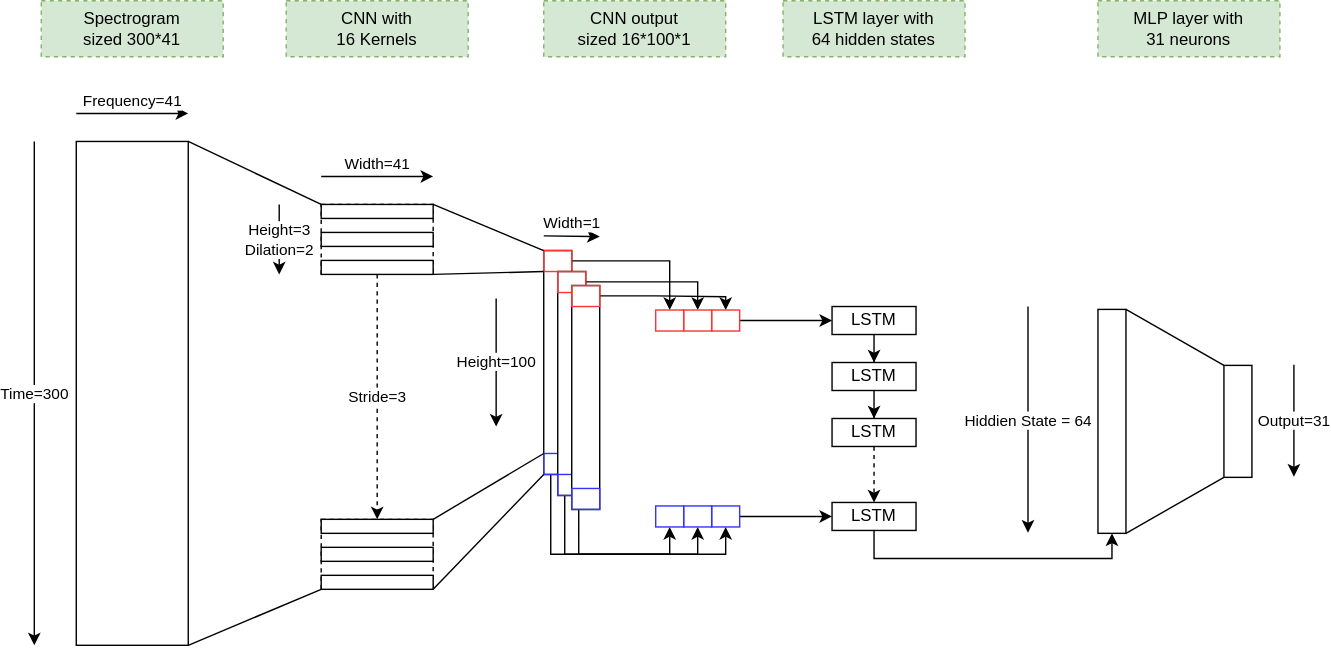
Before: docs/Model Architecture.svg, a diagram exported from draw.io (MichaelCheung105/speech-to-intent). Source tidied: cells renumbered, new cells last; positions are measured from the earlier drawing's top-left corner, leaving out a move shared by most shapes.
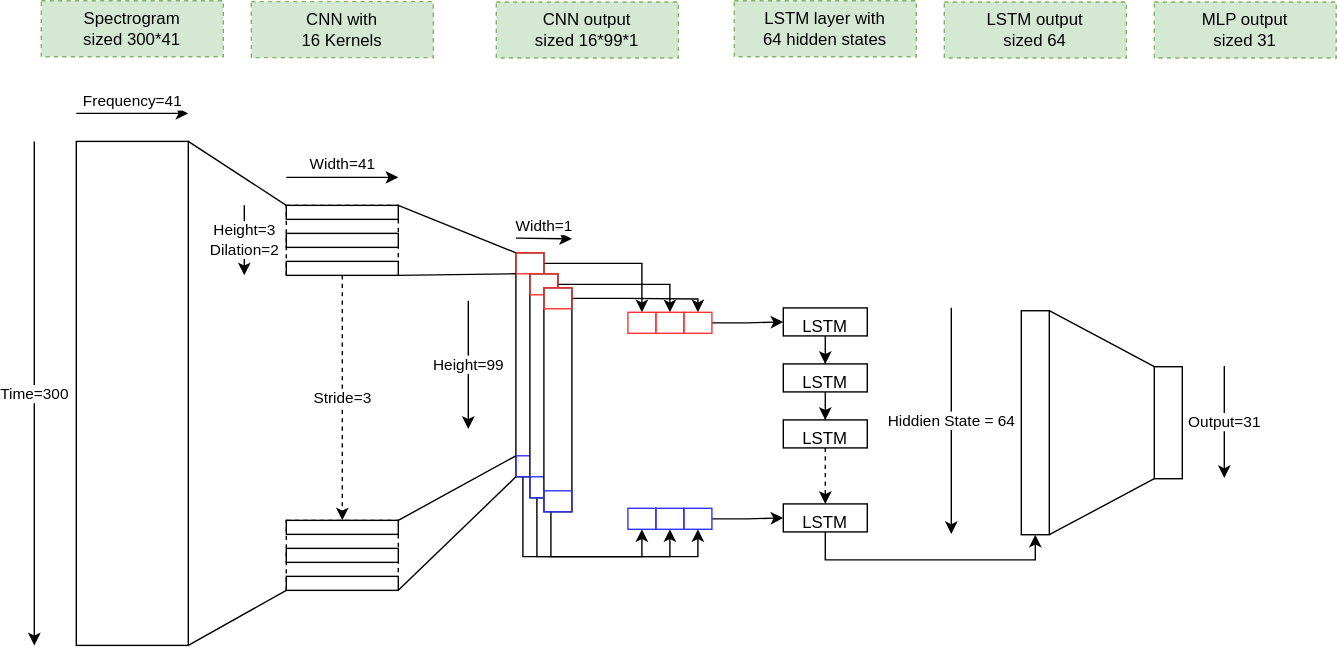
The same diagram one commit later.

What changed in the source:
```diff
@@ -3,132 +3,132 @@
     <mxCell id="0" />
     <mxCell id="1" parent="0" />
     <mxCell id="2" style="rounded=0;whiteSpace=wrap;html=1;fillColor=none;dashed=1;" parent="1" vertex="1">
-      <mxGeometry x="205" y="145.5" width="80" height="50" as="geometry" />
+      <mxGeometry x="170" y="146.2" width="80" height="50" as="geometry" />
     </mxCell>
     <mxCell id="3" style="rounded=0;whiteSpace=wrap;html=1;" parent="1" vertex="1">
-      <mxGeometry x="364" y="178.4" width="20" height="160" as="geometry" />
+      <mxGeometry x="334" y="180.1" width="20" height="160" as="geometry" />
     </mxCell>
     <mxCell id="4" style="edgeStyle=orthogonalEdgeStyle;rounded=0;jettySize=auto;html=1;entryX=0.5;entryY=1;entryDx=0;entryDy=0;exitX=0.25;exitY=1;exitDx=0;exitDy=0;" parent="1" edge="1" source="5" target="34">
       <mxGeometry relative="1" as="geometry">
         <Array as="points">
-          <mxPoint x="369" y="395.4" />
-          <mxPoint x="454" y="395.4" />
+          <mxPoint x="339" y="397.1" />
+          <mxPoint x="424" y="397.1" />
         </Array>
       </mxGeometry>
     </mxCell>
     <mxCell id="5" style="rounded=0;whiteSpace=wrap;html=1;fillColor=none;strokeColor=#3333FF;" parent="1" vertex="1">
-      <mxGeometry x="364" y="323.4" width="20" height="15" as="geometry" />
+      <mxGeometry x="334" y="325.1" width="20" height="15" as="geometry" />
     </mxCell>
     <mxCell id="6" style="edgeStyle=orthogonalEdgeStyle;rounded=0;jettySize=auto;html=1;entryX=0.5;entryY=0;entryDx=0;entryDy=0;" parent="1" edge="1" source="7" target="28">
       <mxGeometry relative="1" as="geometry" />
     </mxCell>
     <mxCell id="7" style="rounded=0;whiteSpace=wrap;html=1;fillColor=none;strokeColor=#FF3333;" parent="1" vertex="1">
-      <mxGeometry x="364" y="178.4" width="20" height="15" as="geometry" />
+      <mxGeometry x="334" y="180.1" width="20" height="15" as="geometry" />
     </mxCell>
     <mxCell id="8" style="rounded=0;whiteSpace=wrap;html=1;" parent="1" vertex="1">
-      <mxGeometry x="374" y="193.4" width="20" height="160" as="geometry" />
+      <mxGeometry x="344" y="195.1" width="20" height="160" as="geometry" />
     </mxCell>
     <mxCell id="9" style="edgeStyle=orthogonalEdgeStyle;rounded=0;jettySize=auto;html=1;entryX=0.5;entryY=1;entryDx=0;entryDy=0;exitX=0.25;exitY=1;exitDx=0;exitDy=0;" parent="1" edge="1" source="10" target="35">
       <mxGeometry relative="1" as="geometry">
         <Array as="points">
-          <mxPoint x="379" y="395.4" />
-          <mxPoint x="474" y="395.4" />
+          <mxPoint x="349" y="397.1" />
+          <mxPoint x="444" y="397.1" />
         </Array>
       </mxGeometry>
     </mxCell>
     <mxCell id="10" style="rounded=0;whiteSpace=wrap;html=1;fillColor=none;strokeColor=#3333FF;" parent="1" vertex="1">
-      <mxGeometry x="374" y="338.4" width="20" height="15" as="geometry" />
+      <mxGeometry x="344" y="340.1" width="20" height="15" as="geometry" />
     </mxCell>
     <mxCell id="11" style="edgeStyle=orthogonalEdgeStyle;rounded=0;jettySize=auto;html=1;entryX=0.5;entryY=0;entryDx=0;entryDy=0;" parent="1" edge="1" source="12" target="29">
       <mxGeometry relative="1" as="geometry" />
     </mxCell>
     <mxCell id="12" style="rounded=0;whiteSpace=wrap;html=1;fillColor=none;strokeColor=#FF3333;" parent="1" vertex="1">
-      <mxGeometry x="374" y="193.4" width="20" height="15" as="geometry" />
+      <mxGeometry x="344" y="195.1" width="20" height="15" as="geometry" />
     </mxCell>
     <mxCell id="13" style="rounded=0;whiteSpace=wrap;html=1;" parent="1" vertex="1">
-      <mxGeometry x="384" y="203.4" width="20" height="160" as="geometry" />
+      <mxGeometry x="354" y="205.1" width="20" height="160" as="geometry" />
     </mxCell>
     <mxCell id="14" style="rounded=0;whiteSpace=wrap;html=1;" parent="1" vertex="1">
-      <mxGeometry x="30" y="100.5" width="80" height="360" as="geometry" />
+      <mxGeometry x="20" y="100.5" width="80" height="360" as="geometry" />
     </mxCell>
-    <mxCell id="15" style="edgeStyle=orthogonalEdgeStyle;rounded=0;jettySize=auto;html=1;entryX=0.5;entryY=0;entryDx=0;entryDy=0;" parent="1" edge="1" source="16" target="20">
+    <mxCell id="15" style="edgeStyle=orthogonalEdgeStyle;rounded=0;jettySize=auto;html=1;entryX=0.5;entryY=0;entryDx=0;entryDy=0;verticalAlign=top;" parent="1" edge="1" source="16" target="20">
       <mxGeometry relative="1" as="geometry" />
     </mxCell>
-    <mxCell id="16" value="LSTM" style="rounded=0;whiteSpace=wrap;html=1;" parent="1" vertex="1">
-      <mxGeometry x="570" y="218.4" width="60" height="20" as="geometry" />
+    <mxCell id="16" value="LSTM" style="rounded=0;whiteSpace=wrap;html=1;verticalAlign=top;" parent="1" vertex="1">
+      <mxGeometry x="525" y="219.4" width="60" height="20" as="geometry" />
     </mxCell>
     <mxCell id="17" style="rounded=0;whiteSpace=wrap;html=1;" parent="1" vertex="1">
-      <mxGeometry x="760" y="220.5" width="20" height="160" as="geometry" />
+      <mxGeometry x="695" y="221.4" width="20" height="160" as="geometry" />
     </mxCell>
     <mxCell id="18" style="rounded=0;whiteSpace=wrap;html=1;" parent="1" vertex="1">
-      <mxGeometry x="205" y="145.5" width="80" height="10" as="geometry" />
+      <mxGeometry x="170" y="146.2" width="80" height="10" as="geometry" />
     </mxCell>
-    <mxCell id="19" style="edgeStyle=orthogonalEdgeStyle;rounded=0;jettySize=auto;html=1;entryX=0.5;entryY=0;entryDx=0;entryDy=0;" parent="1" edge="1" source="20" target="22">
+    <mxCell id="19" style="edgeStyle=orthogonalEdgeStyle;rounded=0;jettySize=auto;html=1;entryX=0.5;entryY=0;entryDx=0;entryDy=0;verticalAlign=top;" parent="1" edge="1" source="20" target="22">
       <mxGeometry relative="1" as="geometry" />
     </mxCell>
-    <mxCell id="20" value="LSTM" style="rounded=0;whiteSpace=wrap;html=1;" parent="1" vertex="1">
-      <mxGeometry x="570" y="258.4" width="60" height="20" as="geometry" />
+    <mxCell id="20" value="LSTM" style="rounded=0;whiteSpace=wrap;html=1;verticalAlign=top;" parent="1" vertex="1">
+      <mxGeometry x="525" y="259.4" width="60" height="20" as="geometry" />
     </mxCell>
-    <mxCell id="21" style="edgeStyle=orthogonalEdgeStyle;rounded=0;jettySize=auto;html=1;entryX=0.5;entryY=0;entryDx=0;entryDy=0;dashed=1;" parent="1" edge="1" source="22" target="24">
+    <mxCell id="21" style="edgeStyle=orthogonalEdgeStyle;rounded=0;jettySize=auto;html=1;entryX=0.5;entryY=0;entryDx=0;entryDy=0;dashed=1;verticalAlign=top;" parent="1" edge="1" source="22" target="24">
       <mxGeometry relative="1" as="geometry" />
     </mxCell>
-    <mxCell id="22" value="LSTM" style="rounded=0;whiteSpace=wrap;html=1;" parent="1" vertex="1">
-      <mxGeometry x="570" y="298.4" width="60" height="20" as="geometry" />
+    <mxCell id="22" value="LSTM" style="rounded=0;whiteSpace=wrap;html=1;verticalAlign=top;" parent="1" vertex="1">
+      <mxGeometry x="525" y="299.4" width="60" height="20" as="geometry" />
     </mxCell>
     <mxCell id="23" style="edgeStyle=orthogonalEdgeStyle;rounded=0;jettySize=auto;html=1;entryX=0.5;entryY=1;entryDx=0;entryDy=0;verticalAlign=middle;exitX=0.5;exitY=1;exitDx=0;exitDy=0;" parent="1" edge="1" source="24" target="17">
       <mxGeometry relative="1" as="geometry" />
     </mxCell>
-    <mxCell id="24" value="LSTM" style="rounded=0;whiteSpace=wrap;html=1;" parent="1" vertex="1">
-      <mxGeometry x="570" y="358.4" width="60" height="20" as="geometry" />
+    <mxCell id="24" value="LSTM" style="rounded=0;whiteSpace=wrap;html=1;verticalAlign=top;" parent="1" vertex="1">
+      <mxGeometry x="525" y="359.4" width="60" height="20" as="geometry" />
     </mxCell>
     <mxCell id="25" style="rounded=0;whiteSpace=wrap;html=1;" parent="1" vertex="1">
-      <mxGeometry x="850" y="260.5" width="20" height="80" as="geometry" />
+      <mxGeometry x="790" y="261.4" width="20" height="80" as="geometry" />
     </mxCell>
     <mxCell id="26" style="edgeStyle=orthogonalEdgeStyle;rounded=0;jettySize=auto;html=1;entryX=0.5;entryY=0;entryDx=0;entryDy=0;" parent="1" edge="1" source="27" target="31">
       <mxGeometry relative="1" as="geometry">
         <Array as="points">
-          <mxPoint x="444" y="211.4" />
-          <mxPoint x="494" y="211.4" />
+          <mxPoint x="414" y="213.1" />
+          <mxPoint x="464" y="213.1" />
         </Array>
       </mxGeometry>
     </mxCell>
     <mxCell id="27" style="rounded=0;whiteSpace=wrap;html=1;fillColor=none;strokeColor=#FF3333;" parent="1" vertex="1">
-      <mxGeometry x="384" y="203.4" width="20" height="15" as="geometry" />
+      <mxGeometry x="354" y="205.1" width="20" height="15" as="geometry" />
     </mxCell>
     <mxCell id="28" style="rounded=0;whiteSpace=wrap;html=1;fillColor=none;strokeColor=#FF3333;" parent="1" vertex="1">
-      <mxGeometry x="444" y="220.9" width="20" height="15" as="geometry" />
+      <mxGeometry x="414" y="222.6" width="20" height="15" as="geometry" />
     </mxCell>
     <mxCell id="29" style="rounded=0;whiteSpace=wrap;html=1;fillColor=none;strokeColor=#FF3333;" parent="1" vertex="1">
-      <mxGeometry x="464" y="220.9" width="20" height="15" as="geometry" />
+      <mxGeometry x="434" y="222.6" width="20" height="15" as="geometry" />
     </mxCell>
     <mxCell id="30" style="edgeStyle=orthogonalEdgeStyle;rounded=0;jettySize=auto;html=1;entryX=0;entryY=0.5;entryDx=0;entryDy=0;" parent="1" edge="1" source="31" target="16">
       <mxGeometry relative="1" as="geometry" />
     </mxCell>
     <mxCell id="31" style="rounded=0;whiteSpace=wrap;html=1;fillColor=none;strokeColor=#FF3333;" parent="1" vertex="1">
-      <mxGeometry x="484" y="220.9" width="20" height="15" as="geometry" />
+      <mxGeometry x="454" y="222.6" width="20" height="15" as="geometry" />
     </mxCell>
     <mxCell id="32" style="edgeStyle=orthogonalEdgeStyle;rounded=0;jettySize=auto;html=1;entryX=0.5;entryY=1;entryDx=0;entryDy=0;exitX=0.25;exitY=1;exitDx=0;exitDy=0;" parent="1" edge="1" source="33" target="37">
       <mxGeometry relative="1" as="geometry">
         <Array as="points">
-          <mxPoint x="389" y="395.4" />
-          <mxPoint x="494" y="395.4" />
+          <mxPoint x="359" y="397.1" />
+          <mxPoint x="464" y="397.1" />
         </Array>
       </mxGeometry>
     </mxCell>
     <mxCell id="33" style="rounded=0;whiteSpace=wrap;html=1;fillColor=none;strokeColor=#3333FF;" parent="1" vertex="1">
-      <mxGeometry x="384" y="348.4" width="20" height="15" as="geometry" />
+      <mxGeometry x="354" y="350.1" width="20" height="15" as="geometry" />
     </mxCell>
     <mxCell id="34" style="rounded=0;whiteSpace=wrap;html=1;fillColor=none;strokeColor=#3333FF;" parent="1" vertex="1">
-      <mxGeometry x="444" y="360.9" width="20" height="15" as="geometry" />
+      <mxGeometry x="414" y="362.6" width="20" height="15" as="geometry" />
     </mxCell>
     <mxCell id="35" style="rounded=0;whiteSpace=wrap;html=1;fillColor=none;strokeColor=#3333FF;" parent="1" vertex="1">
-      <mxGeometry x="464" y="360.9" width="20" height="15" as="geometry" />
+      <mxGeometry x="434" y="362.6" width="20" height="15" as="geometry" />
     </mxCell>
     <mxCell id="36" style="edgeStyle=orthogonalEdgeStyle;rounded=0;jettySize=auto;html=1;entryX=0;entryY=0.5;entryDx=0;entryDy=0;" parent="1" edge="1" source="37" target="24">
       <mxGeometry relative="1" as="geometry" />
     </mxCell>
     <mxCell id="37" style="rounded=0;whiteSpace=wrap;html=1;fillColor=none;strokeColor=#3333FF;" parent="1" vertex="1">
-      <mxGeometry x="484" y="360.9" width="20" height="15" as="geometry" />
+      <mxGeometry x="454" y="362.6" width="20" height="15" as="geometry" />
     </mxCell>
     <mxCell id="38" style="endArrow=none;html=1;entryX=0;entryY=0;entryDx=0;entryDy=0;exitX=1;exitY=0;exitDx=0;exitDy=0;" parent="1" edge="1" source="17" target="25">
       <mxGeometry relative="1" as="geometry" />
@@ -138,14 +138,14 @@
     </mxCell>
     <mxCell id="40" value="Frequency=41" style="endArrow=classic;html=1;verticalAlign=bottom;" parent="1" edge="1">
       <mxGeometry relative="1" as="geometry">
-        <mxPoint x="30" y="80.5" as="sourcePoint" />
-        <mxPoint x="110" y="80.5" as="targetPoint" />
+        <mxPoint x="20" y="80.5" as="sourcePoint" />
+        <mxPoint x="100" y="80.5" as="targetPoint" />
       </mxGeometry>
     </mxCell>
     <mxCell id="41" value="Time=300" style="endArrow=classic;html=1;" parent="1" edge="1">
       <mxGeometry relative="1" as="geometry">
-        <mxPoint y="100.5" as="sourcePoint" />
-        <mxPoint y="460.5" as="targetPoint" />
+        <mxPoint x="-10" y="100.5" as="sourcePoint" />
+        <mxPoint x="-10" y="460.5" as="targetPoint" />
       </mxGeometry>
     </mxCell>
     <mxCell id="42" value="Stride=3" style="endArrow=classic;html=1;exitX=0.5;exitY=1;exitDx=0;exitDy=0;entryX=0.5;entryY=0;entryDx=0;entryDy=0;dashed=1;" parent="1" edge="1" source="2" target="48">
@@ -153,33 +153,33 @@
     </mxCell>
     <mxCell id="43" value="Height=3&lt;br&gt;Dilation=2" style="endArrow=classic;html=1;" parent="1" edge="1">
       <mxGeometry relative="1" as="geometry">
-        <mxPoint x="175" y="145.5" as="sourcePoint" />
-        <mxPoint x="175" y="195.5" as="targetPoint" />
+        <mxPoint x="140" y="146.2" as="sourcePoint" />
+        <mxPoint x="140" y="196.2" as="targetPoint" />
       </mxGeometry>
     </mxCell>
     <mxCell id="44" value="Width=41" style="endArrow=classic;html=1;verticalAlign=bottom;" parent="1" edge="1">
       <mxGeometry relative="1" as="geometry">
-        <mxPoint x="205" y="125.5" as="sourcePoint" />
-        <mxPoint x="285" y="125.5" as="targetPoint" />
+        <mxPoint x="170" y="126.2" as="sourcePoint" />
+        <mxPoint x="250" y="126.2" as="targetPoint" />
       </mxGeometry>
     </mxCell>
     <mxCell id="45" style="rounded=0;whiteSpace=wrap;html=1;" parent="1" vertex="1">
-      <mxGeometry x="205" y="165.5" width="80" height="10" as="geometry" />
+      <mxGeometry x="170" y="166.2" width="80" height="10" as="geometry" />
     </mxCell>
     <mxCell id="46" style="rounded=0;whiteSpace=wrap;html=1;" parent="1" vertex="1">
-      <mxGeometry x="205" y="185.5" width="80" height="10" as="geometry" />
+      <mxGeometry x="170" y="186.2" width="80" height="10" as="geometry" />
     </mxCell>
     <mxCell id="47" style="rounded=0;whiteSpace=wrap;html=1;fillColor=none;dashed=1;" parent="1" vertex="1">
-      <mxGeometry x="205" y="370.5" width="80" height="50" as="geometry" />
+      <mxGeometry x="170" y="371.2" width="80" height="50" as="geometry" />
     </mxCell>
     <mxCell id="48" style="rounded=0;whiteSpace=wrap;html=1;" parent="1" vertex="1">
-      <mxGeometry x="205" y="370.5" width="80" height="10" as="geometry" />
+      <mxGeometry x="170" y="371.2" width="80" height="10" as="geometry" />
     </mxCell>
     <mxCell id="49" style="rounded=0;whiteSpace=wrap;html=1;" parent="1" vertex="1">
-      <mxGeometry x="205" y="390.5" width="80" height="10" as="geometry" />
+      <mxGeometry x="170" y="391.2" width="80" height="10" as="geometry" />
     </mxCell>
     <mxCell id="50" style="rounded=0;whiteSpace=wrap;html=1;" parent="1" vertex="1">
-      <mxGeometry x="205" y="410.5" width="80" height="10" as="geometry" />
+      <mxGeometry x="170" y="411.2" width="80" height="10" as="geometry" />
     </mxCell>
     <mxCell id="51" style="endArrow=none;html=1;verticalAlign=bottom;exitX=1;exitY=0;exitDx=0;exitDy=0;entryX=0;entryY=0;entryDx=0;entryDy=0;" parent="1" edge="1" source="14" target="18">
       <mxGeometry relative="1" as="geometry" />
@@ -189,30 +189,30 @@
     </mxCell>
     <mxCell id="53" value="Width=1" style="endArrow=classic;html=1;verticalAlign=bottom;" parent="1" edge="1">
       <mxGeometry relative="1" as="geometry">
-        <mxPoint x="364" y="167.9" as="sourcePoint" />
-        <mxPoint x="404" y="168.4" as="targetPoint" />
+        <mxPoint x="334" y="169.6" as="sourcePoint" />
+        <mxPoint x="374" y="170.1" as="targetPoint" />
       </mxGeometry>
     </mxCell>
-    <mxCell id="54" value="Height=100" style="endArrow=classic;html=1;" parent="1" edge="1">
+    <mxCell id="54" value="Height=99" style="endArrow=classic;html=1;" parent="1" edge="1">
       <mxGeometry relative="1" as="geometry">
-        <mxPoint x="330" y="212.7" as="sourcePoint" />
-        <mxPoint x="330" y="304.2" as="targetPoint" />
+        <mxPoint x="300" y="214.3" as="sourcePoint" />
+        <mxPoint x="300" y="305.9" as="targetPoint" />
       </mxGeometry>
     </mxCell>
     <mxCell id="55" value="CNN with&lt;br&gt;16 Kernels" style="text;html=1;strokeColor=#82b366;fillColor=#d5e8d4;align=center;verticalAlign=middle;whiteSpace=wrap;rounded=0;dashed=1;" parent="1" vertex="1">
-      <mxGeometry x="180" width="130" height="40" as="geometry" />
+      <mxGeometry x="145" y="0.7" width="130" height="40" as="geometry" />
     </mxCell>
     <mxCell id="56" value="Spectrogram&lt;br&gt;sized 300*41" style="text;html=1;strokeColor=#82b366;fillColor=#d5e8d4;align=center;verticalAlign=middle;whiteSpace=wrap;rounded=0;dashed=1;" parent="1" vertex="1">
-      <mxGeometry x="5" width="130" height="40" as="geometry" />
+      <mxGeometry x="-5" width="130" height="40" as="geometry" />
     </mxCell>
-    <mxCell id="57" value="CNN output&lt;br&gt;sized 16*100*1" style="text;html=1;strokeColor=#82b366;fillColor=#d5e8d4;align=center;verticalAlign=middle;whiteSpace=wrap;rounded=0;dashed=1;" parent="1" vertex="1">
-      <mxGeometry x="364" width="130" height="40" as="geometry" />
+    <mxCell id="57" value="CNN output&lt;br&gt;sized 16*99*1" style="text;html=1;strokeColor=#82b366;fillColor=#d5e8d4;align=center;verticalAlign=middle;whiteSpace=wrap;rounded=0;dashed=1;" parent="1" vertex="1">
+      <mxGeometry x="320" y="0.9" width="130" height="40" as="geometry" />
     </mxCell>
     <mxCell id="58" value="LSTM layer with&lt;br&gt;64 hidden states" style="text;html=1;strokeColor=#82b366;fillColor=#d5e8d4;align=center;verticalAlign=middle;whiteSpace=wrap;rounded=0;dashed=1;" parent="1" vertex="1">
-      <mxGeometry x="535" width="130" height="40" as="geometry" />
+      <mxGeometry x="490" width="130" height="40" as="geometry" />
     </mxCell>
-    <mxCell id="59" value="MLP layer with&lt;br&gt;31 neurons" style="text;html=1;strokeColor=#82b366;fillColor=#d5e8d4;align=center;verticalAlign=middle;whiteSpace=wrap;rounded=0;dashed=1;" parent="1" vertex="1">
-      <mxGeometry x="760" width="130" height="40" as="geometry" />
+    <mxCell id="59" value="LSTM output&lt;br&gt;sized 64" style="text;html=1;strokeColor=#82b366;fillColor=#d5e8d4;align=center;verticalAlign=middle;whiteSpace=wrap;rounded=0;dashed=1;" parent="1" vertex="1">
+      <mxGeometry x="640" y="0.9" width="130" height="40" as="geometry" />
     </mxCell>
     <mxCell id="60" style="endArrow=none;html=1;verticalAlign=middle;exitX=1;exitY=0;exitDx=0;exitDy=0;entryX=0;entryY=0;entryDx=0;entryDy=0;" parent="1" edge="1" source="2" target="7">
       <mxGeometry relative="1" as="geometry" />
@@ -228,15 +228,18 @@
     </mxCell>
     <mxCell id="64" value="Hiddien State = 64" style="endArrow=classic;html=1;verticalAlign=middle;" parent="1" edge="1">
       <mxGeometry relative="1" as="geometry">
-        <mxPoint x="710" y="218.4" as="sourcePoint" />
-        <mxPoint x="710" y="380" as="targetPoint" />
+        <mxPoint x="645" y="219.4" as="sourcePoint" />
+        <mxPoint x="645" y="380.9" as="targetPoint" />
       </mxGeometry>
     </mxCell>
     <mxCell id="65" value="Output=31" style="endArrow=classic;html=1;verticalAlign=middle;" parent="1" edge="1">
       <mxGeometry relative="1" as="geometry">
-        <mxPoint x="900" y="260" as="sourcePoint" />
-        <mxPoint x="900" y="340" as="targetPoint" />
+        <mxPoint x="840" y="260.9" as="sourcePoint" />
+        <mxPoint x="840" y="340.9" as="targetPoint" />
       </mxGeometry>
     </mxCell>
+    <mxCell id="66" value="MLP output&lt;br&gt;sized 31" style="text;html=1;strokeColor=#82b366;fillColor=#d5e8d4;align=center;verticalAlign=middle;whiteSpace=wrap;rounded=0;dashed=1;" parent="1" vertex="1">
+      <mxGeometry x="790" y="0.9" width="130" height="40" as="geometry" />
+    </mxCell>
   </root>
 </mxGraphModel>
```
